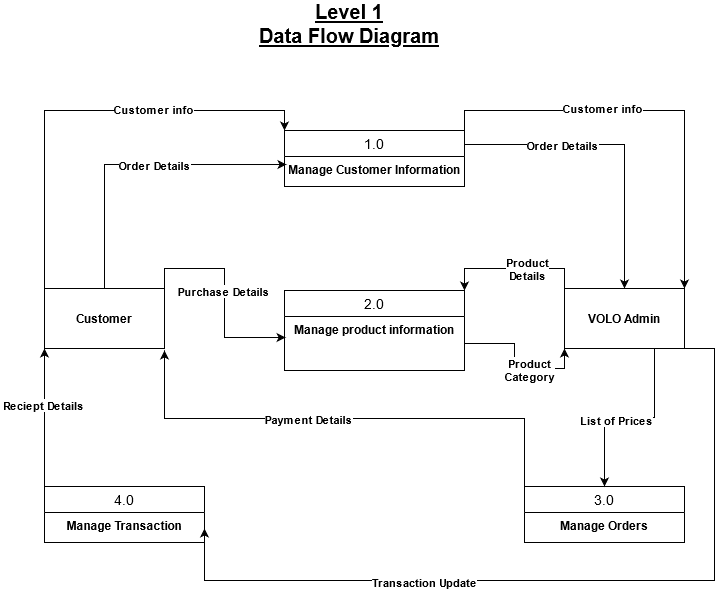
Arjunjatav01/Greenbee keeps this draw.io diagram as level 1 DFD.png. Above is the earlier version. Source tidied: cells renumbered, new cells last; positions are measured from the earlier drawing's top-left corner, leaving out a move shared by most shapes.
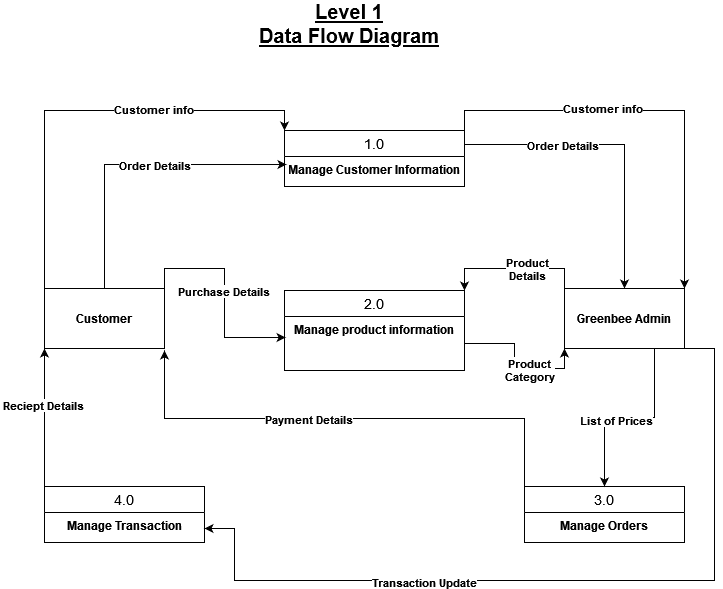
Later version of the same file.

The edit, as a diff of the source:
```diff
@@ -63,7 +63,8 @@
         <Array as="points">
           <mxPoint x="670" y="338" />
           <mxPoint x="670" y="570" />
-          <mxPoint x="160" y="570" />
+          <mxPoint x="190" y="570" />
+          <mxPoint x="190" y="518" />
         </Array>
       </mxGeometry>
     </mxCell>
@@ -76,7 +77,7 @@
     <mxCell id="23" value="List of Prices" style="edgeLabel;html=1;align=center;verticalAlign=middle;fontStyle=1;" parent="22" vertex="1">
       <mxGeometry x="0.15" y="2" relative="1" as="geometry" />
     </mxCell>
-    <mxCell id="24" value="VOLO Admin" style="rounded=0;whiteSpace=wrap;html=1;fontStyle=1;" parent="1" vertex="1">
+    <mxCell id="24" value="Greenbee Admin" style="rounded=0;whiteSpace=wrap;html=1;fontStyle=1;" parent="1" vertex="1">
       <mxGeometry x="520" y="278" width="120" height="60" as="geometry" />
     </mxCell>
     <mxCell id="25" style="edgeStyle=orthogonalEdgeStyle;rounded=0;jettySize=auto;html=1;exitX=0;exitY=0;exitDx=0;exitDy=0;entryX=0;entryY=0;entryDx=0;entryDy=0;" parent="1" edge="1" source="31" target="6">
```
